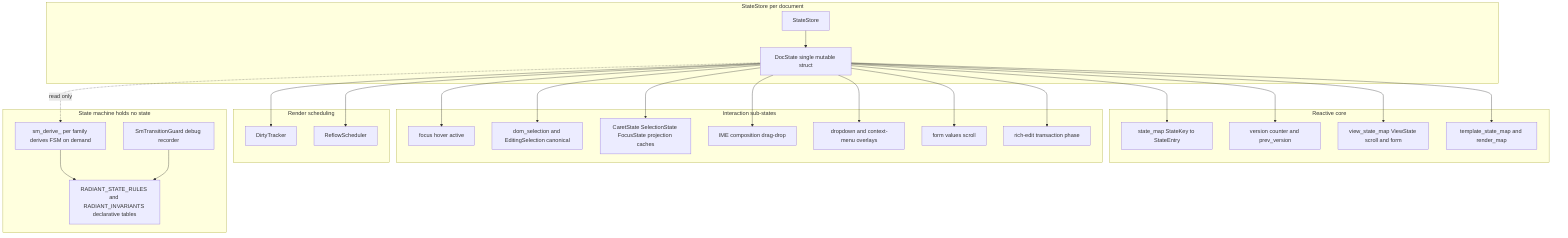
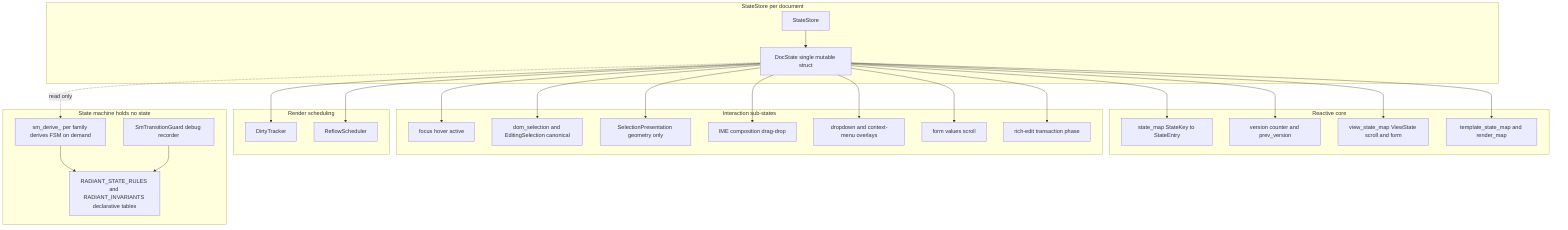
flowchart TB
    subgraph Store[StateStore per document]
        SS[StateStore] --> DS[DocState single mutable struct]
    end

    subgraph Reactive[Reactive core]
        MAP[state_map StateKey to StateEntry]
        VER[version counter and prev_version]
        VS[view_state_map ViewState scroll and form]
        TS[template_state_map and render_map]
    end

    subgraph Interaction[Interaction sub-states]
        FOCUS[focus hover active]
        SEL[dom_selection and EditingSelection canonical]
-         LEG[CaretState SelectionState FocusState projection caches]
+         PRES[SelectionPresentation geometry only]
        IME[IME composition drag-drop]
        OVL[dropdown and context-menu overlays]
        FORM[form values scroll]
        RICH[rich-edit transaction phase]
    end

    subgraph Render[Render scheduling]
        DIRTY[DirtyTracker]
        REFLOW[ReflowScheduler]
    end

    DS --> MAP
    DS --> VER
    DS --> VS
    DS --> TS
    DS --> FOCUS
    DS --> SEL
-     DS --> LEG
+     DS --> PRES
    DS --> IME
    DS --> OVL
    DS --> FORM
    DS --> RICH
    DS --> DIRTY
    DS --> REFLOW

    subgraph Boundary[State machine holds no state]
        SM[sm_derive_ per family derives FSM on demand]
        SCHEMA[RADIANT_STATE_RULES and RADIANT_INVARIANTS declarative tables]
        GUARD[SmTransitionGuard debug recorder]
    end

    DS -. read only .-> SM
    SM --> SCHEMA
    GUARD --> SCHEMA
